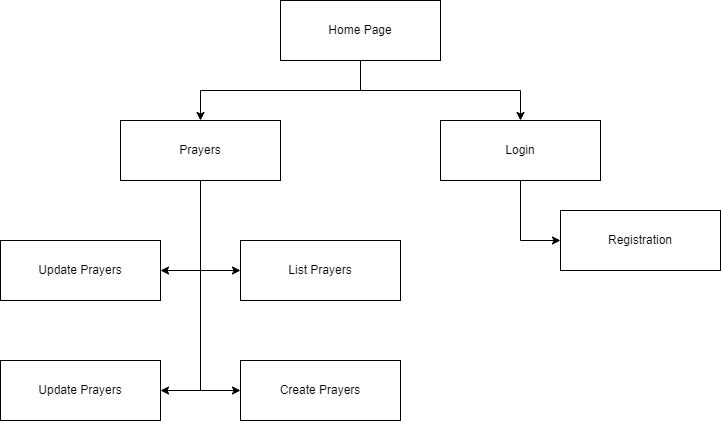
This is Wireframes & Model/Sitemap.drawio.png from nfunderburgh/CST-391Milestone, a draw.io export, as it was before one commit. Source tidied: cells renumbered, new cells last; positions are measured from the earlier drawing's top-left corner, leaving out a move shared by most shapes.
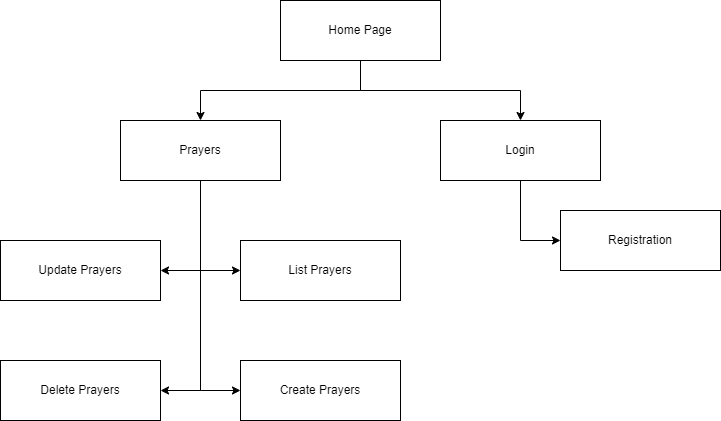
After the commit.

Diff of the diagram source:
```diff
@@ -41,7 +41,7 @@
     <mxCell id="14" value="Create Prayers" style="rounded=0;whiteSpace=wrap;html=1;" parent="1" vertex="1">
       <mxGeometry x="240" y="360" width="160" height="60" as="geometry" />
     </mxCell>
-    <mxCell id="15" value="Update Prayers" style="rounded=0;whiteSpace=wrap;html=1;" parent="1" vertex="1">
+    <mxCell id="15" value="Delete Prayers" style="rounded=0;whiteSpace=wrap;html=1;" parent="1" vertex="1">
       <mxGeometry y="360" width="160" height="60" as="geometry" />
     </mxCell>
     <mxCell id="16" value="Update Prayers" style="rounded=0;whiteSpace=wrap;html=1;" parent="1" vertex="1">
```
